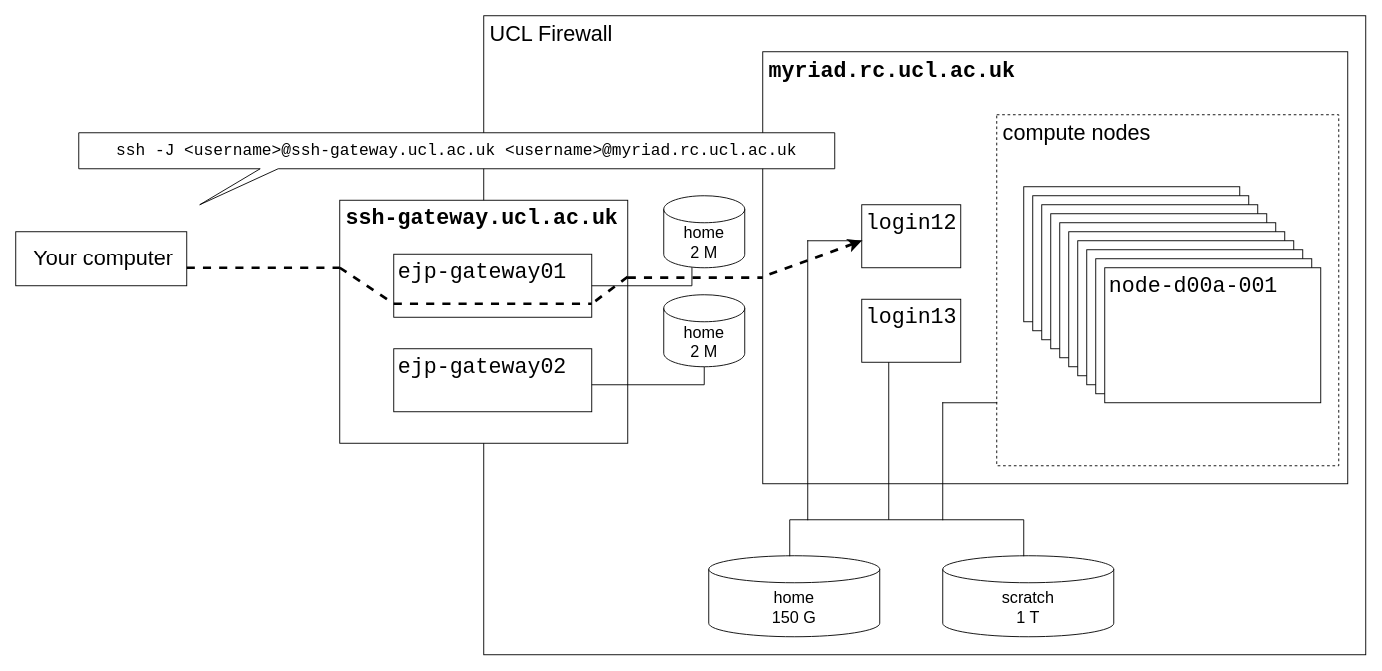
Before: myriad-map/myriad-user-map.drawio in UCL-ARC/hpc-support, a draw.io diagram. Source tidied: cells renumbered, new cells numbered last; positions are measured from the earlier drawing's top-left corner, leaving out a move shared by most shapes. Both pictures are drawn from the tidied source at 90%, with x=0, y=0 at pixel (15, 15).
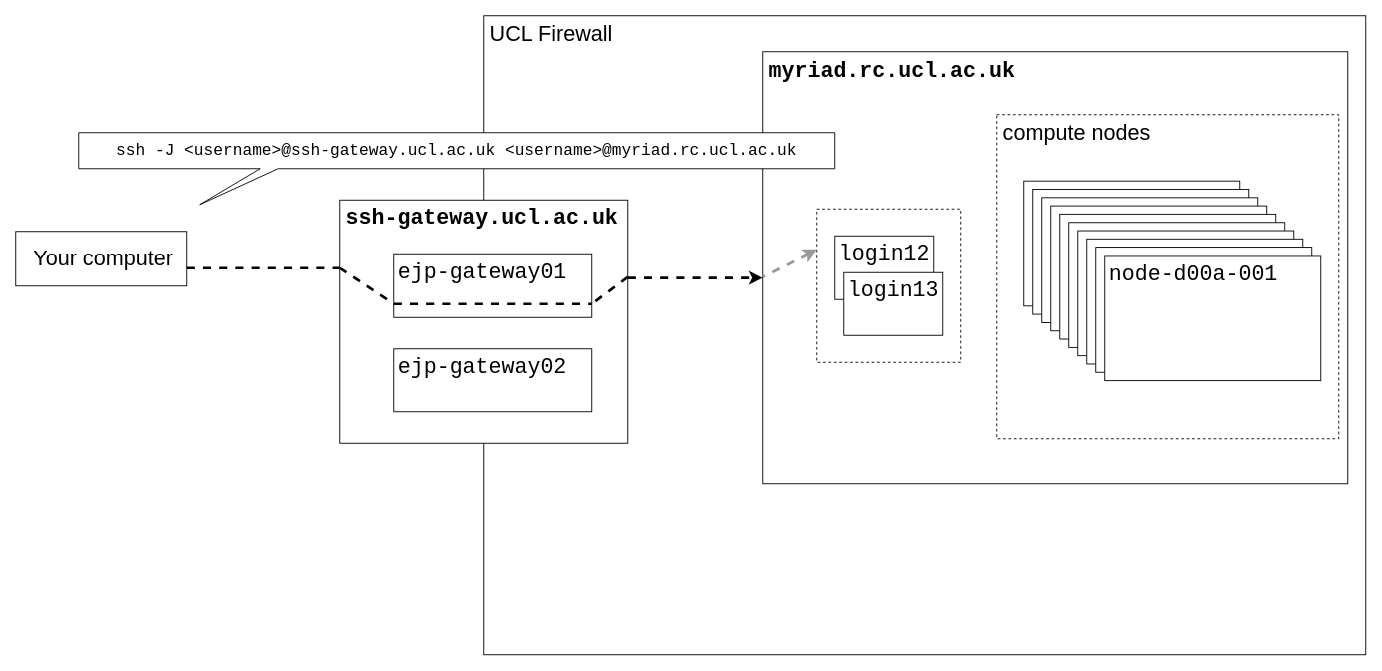
The same diagram, later.

Commit message:
Added ACFS, removed gateway homes

Unchanged cells that the change refers to:
```xml
<mxCell id="11" style="group;" parent="3" vertex="1">
  <mxGeometry x="910" y="40" width="570" height="480" as="geometry" />
</mxCell>
```

What changed in the source:
```diff
@@
-    <mxCell id="13" style="group;" parent="11" vertex="1">
-      <mxGeometry x="30" y="170" width="110" height="175" as="geometry" />
-    </mxCell>
-    <mxCell id="14" value="&lt;span&gt;login12&lt;/span&gt;" style="rounded=0;whiteSpace=wrap;html=1;align=left;verticalAlign=top;fontSize=24;fontFamily=Courier New;fontStyle=0;spacingLeft=3;" parent="13" vertex="1">
-      <mxGeometry width="110" height="70" as="geometry" />
-    </mxCell>
-    <mxCell id="15" value="&lt;span&gt;login13&lt;/span&gt;" style="rounded=0;whiteSpace=wrap;html=1;align=left;verticalAlign=top;fontSize=24;fontFamily=Courier New;fontStyle=0;spacingLeft=3;" parent="13" vertex="1">
-      <mxGeometry y="105" width="110" height="70" as="geometry" />
-    </mxCell>
     <mxCell id="16" style="group;" parent="11" vertex="1">
-      <mxGeometry x="180" y="70" width="380" height="390" as="geometry" />
+      <mxGeometry x="180" y="70" width="380" height="360" as="geometry" />
     </mxCell>
     <mxCell id="17" value="&lt;font style=&quot;&quot; face=&quot;Helvetica&quot;&gt;compute nodes&lt;/font&gt;" style="rounded=0;whiteSpace=wrap;html=1;align=left;verticalAlign=top;fontSize=24;fillColor=none;dashed=1;spacingLeft=5;" parent="16" vertex="1">
-      <mxGeometry width="380" height="390" as="geometry" />
+      <mxGeometry width="380" height="360" as="geometry" />
     </mxCell>
     <mxCell id="18" style="group;" parent="16" vertex="1">
-      <mxGeometry x="30" y="80" width="330" height="240" as="geometry" />
+      <mxGeometry x="30" y="73.8" width="330" height="221.5" as="geometry" />
     </mxCell>
     <mxCell id="19" style="rounded=0;whiteSpace=wrap;html=1;align=left;verticalAlign=top;fontSize=24;fontFamily=Courier New;" parent="18" vertex="1">
-      <mxGeometry width="240" height="150" as="geometry" />
+      <mxGeometry width="240" height="138.5" as="geometry" />
     </mxCell>
     <mxCell id="20" style="rounded=0;whiteSpace=wrap;html=1;align=left;verticalAlign=top;fontSize=24;fontFamily=Courier New;" parent="18" vertex="1">
-      <mxGeometry x="10" y="10" width="240" height="150" as="geometry" />
+      <mxGeometry x="10" y="9.2" width="240" height="138.5" as="geometry" />
     </mxCell>
     <mxCell id="21" style="rounded=0;whiteSpace=wrap;html=1;align=left;verticalAlign=top;fontSize=24;fontFamily=Courier New;" parent="18" vertex="1">
-      <mxGeometry x="20" y="20" width="240" height="150" as="geometry" />
+      <mxGeometry x="20" y="18.5" width="240" height="138.5" as="geometry" />
     </mxCell>
     <mxCell id="22" style="rounded=0;whiteSpace=wrap;html=1;align=left;verticalAlign=top;fontSize=24;fontFamily=Courier New;" parent="18" vertex="1">
-      <mxGeometry x="30" y="30" width="240" height="150" as="geometry" />
+      <mxGeometry x="30" y="27.7" width="240" height="138.5" as="geometry" />
     </mxCell>
     <mxCell id="23" style="rounded=0;whiteSpace=wrap;html=1;align=left;verticalAlign=top;fontSize=24;fontFamily=Courier New;" parent="18" vertex="1">
-      <mxGeometry x="40" y="40" width="240" height="150" as="geometry" />
+      <mxGeometry x="40" y="36.9" width="240" height="138.5" as="geometry" />
     </mxCell>
     <mxCell id="24" style="rounded=0;whiteSpace=wrap;html=1;align=left;verticalAlign=top;fontSize=24;fontFamily=Courier New;" parent="18" vertex="1">
-      <mxGeometry x="50" y="50" width="240" height="150" as="geometry" />
+      <mxGeometry x="50" y="46.2" width="240" height="138.5" as="geometry" />
     </mxCell>
     <mxCell id="25" style="rounded=0;whiteSpace=wrap;html=1;align=left;verticalAlign=top;fontSize=24;fontFamily=Courier New;" parent="18" vertex="1">
-      <mxGeometry x="60" y="60" width="240" height="150" as="geometry" />
+      <mxGeometry x="60" y="55.4" width="240" height="138.5" as="geometry" />
     </mxCell>
     <mxCell id="26" style="rounded=0;whiteSpace=wrap;html=1;align=left;verticalAlign=top;fontSize=24;fontFamily=Courier New;" parent="18" vertex="1">
-      <mxGeometry x="70" y="70" width="240" height="150" as="geometry" />
+      <mxGeometry x="70" y="64.6" width="240" height="138.5" as="geometry" />
     </mxCell>
     <mxCell id="27" style="rounded=0;whiteSpace=wrap;html=1;align=left;verticalAlign=top;fontSize=24;fontFamily=Courier New;" parent="18" vertex="1">
-      <mxGeometry x="80" y="80" width="240" height="150" as="geometry" />
+      <mxGeometry x="80" y="73.8" width="240" height="138.5" as="geometry" />
     </mxCell>
     <mxCell id="28" value="node-d00a-001" style="rounded=0;whiteSpace=wrap;html=1;align=left;verticalAlign=top;fontSize=24;fontFamily=Courier New;spacingLeft=3;" parent="18" vertex="1">
-      <mxGeometry x="90" y="90" width="240" height="150" as="geometry" />
+      <mxGeometry x="90" y="83.1" width="240" height="138.5" as="geometry" />
     </mxCell>
-    <mxCell id="29" parent="0" />
-    <mxCell id="30" value="&lt;font style=&quot;font-size: 18px;&quot;&gt;home&lt;br&gt;2 M&lt;/font&gt;" style="shape=cylinder3;whiteSpace=wrap;html=1;boundedLbl=1;backgroundOutline=1;size=15;" parent="29" vertex="1">
-      <mxGeometry x="720" y="200" width="90" height="80" as="geometry" />
-    </mxCell>
-    <mxCell id="31" style="edgeStyle=segmentEdgeStyle;endArrow=none;html=1;curved=0;rounded=0;endSize=8;startSize=8;endFill=0;entryX=0.348;entryY=0.994;entryDx=0;entryDy=0;entryPerimeter=0;" parent="29" edge="1" target="30">
-      <mxGeometry relative="1" as="geometry">
-        <mxPoint x="640" y="300" as="sourcePoint" />
-      </mxGeometry>
-    </mxCell>
-    <mxCell id="32" value="&lt;font style=&quot;font-size: 18px;&quot;&gt;home&lt;br&gt;150 G&lt;br&gt;&lt;/font&gt;" style="shape=cylinder3;whiteSpace=wrap;html=1;boundedLbl=1;backgroundOutline=1;size=15;" parent="29" vertex="1">
-      <mxGeometry x="770" y="600" width="190" height="90" as="geometry" />
-    </mxCell>
-    <mxCell id="33" value="&lt;font style=&quot;font-size: 18px;&quot;&gt;scratch&lt;br&gt;1 T&lt;br&gt;&lt;/font&gt;" style="shape=cylinder3;whiteSpace=wrap;html=1;boundedLbl=1;backgroundOutline=1;size=15;" parent="29" vertex="1">
-      <mxGeometry x="1030" y="600" width="190" height="90" as="geometry" />
-    </mxCell>
-    <mxCell id="34" style="shape=partialRectangle;whiteSpace=wrap;html=1;bottom=1;right=1;left=1;top=0;fillColor=none;routingCenterX=-0.5;rotation=-180;" parent="29" vertex="1">
-      <mxGeometry x="860" y="560" width="260" height="40" as="geometry" />
-    </mxCell>
-    <mxCell id="35" style="shape=partialRectangle;whiteSpace=wrap;html=1;bottom=0;right=0;fillColor=none;" parent="29" vertex="1">
-      <mxGeometry x="1030" y="430" width="60" height="130" as="geometry" />
-    </mxCell>
-    <mxCell id="36" style="shape=partialRectangle;whiteSpace=wrap;html=1;bottom=0;right=0;fillColor=none;" parent="29" vertex="1">
-      <mxGeometry x="880" y="250" width="60" height="310" as="geometry" />
-    </mxCell>
-    <mxCell id="37" style="endArrow=none;html=1;rounded=0;" parent="29" edge="1">
-      <mxGeometry relative="1" as="geometry">
-        <mxPoint x="970" y="560" as="sourcePoint" />
-        <mxPoint x="970" y="385" as="targetPoint" />
-      </mxGeometry>
-    </mxCell>
-    <mxCell id="38" style="edgeStyle=segmentEdgeStyle;endArrow=none;html=1;curved=0;rounded=0;endSize=8;startSize=8;entryX=0.5;entryY=1;entryDx=0;entryDy=0;entryPerimeter=0;endFill=0;" parent="29" edge="1" target="39">
-      <mxGeometry relative="1" as="geometry">
-        <mxPoint x="640" y="410" as="sourcePoint" />
-      </mxGeometry>
-    </mxCell>
-    <mxCell id="39" value="&lt;font style=&quot;font-size: 18px;&quot;&gt;home&lt;br&gt;2 M&lt;/font&gt;" style="shape=cylinder3;whiteSpace=wrap;html=1;boundedLbl=1;backgroundOutline=1;size=15;" parent="29" vertex="1">
-      <mxGeometry x="720" y="310" width="90" height="80" as="geometry" />
-    </mxCell>
+    <mxCell id="48" style="group;" parent="3" vertex="1">
+      <mxGeometry x="890" y="215" width="160" height="170" as="geometry" />
+    </mxCell>
+    <mxCell id="14" value="&lt;span&gt;login12&lt;/span&gt;" style="rounded=0;whiteSpace=wrap;html=1;align=left;verticalAlign=top;fontSize=24;fontFamily=Courier New;fontStyle=0;spacingLeft=3;" parent="48" vertex="1">
+      <mxGeometry x="20" y="30" width="110" height="70" as="geometry" />
+    </mxCell>
+    <mxCell id="15" value="&lt;span&gt;login13&lt;/span&gt;" style="rounded=0;whiteSpace=wrap;html=1;align=left;verticalAlign=top;fontSize=24;fontFamily=Courier New;fontStyle=0;spacingLeft=3;" parent="48" vertex="1">
+      <mxGeometry x="30" y="70" width="110" height="70" as="geometry" />
+    </mxCell>
+    <mxCell id="49" style="rounded=0;whiteSpace=wrap;html=1;dashed=1;fillColor=none;" parent="48" vertex="1">
+      <mxGeometry width="160" height="170" as="geometry" />
+    </mxCell>
@@
-    <mxCell id="43" style="endArrow=none;html=1;rounded=0;strokeWidth=3;dashed=1;" parent="40" edge="1">
+    <mxCell id="43" style="endArrow=classic;html=1;rounded=0;strokeWidth=3;dashed=1;endFill=1;" parent="40" edge="1">
       <mxGeometry relative="1" as="geometry">
         <mxPoint x="680" y="291" as="sourcePoint" />
         <mxPoint x="830" y="291" as="targetPoint" />
       </mxGeometry>
     </mxCell>
@@
-    <mxCell id="47" style="endArrow=none;html=1;rounded=0;strokeWidth=3;dashed=1;endFill=0;startArrow=classic;startFill=1;" parent="40" edge="1">
+    <mxCell id="47" style="endArrow=none;html=1;rounded=0;strokeWidth=3;dashed=1;endFill=0;startArrow=classic;startFill=1;strokeColor=#999999;" parent="40" edge="1">
       <mxGeometry relative="1" as="geometry">
-        <mxPoint x="940" y="250" as="sourcePoint" />
+        <mxPoint x="890" y="260" as="sourcePoint" />
         <mxPoint x="830" y="290" as="targetPoint" />
       </mxGeometry>
     </mxCell>
```
